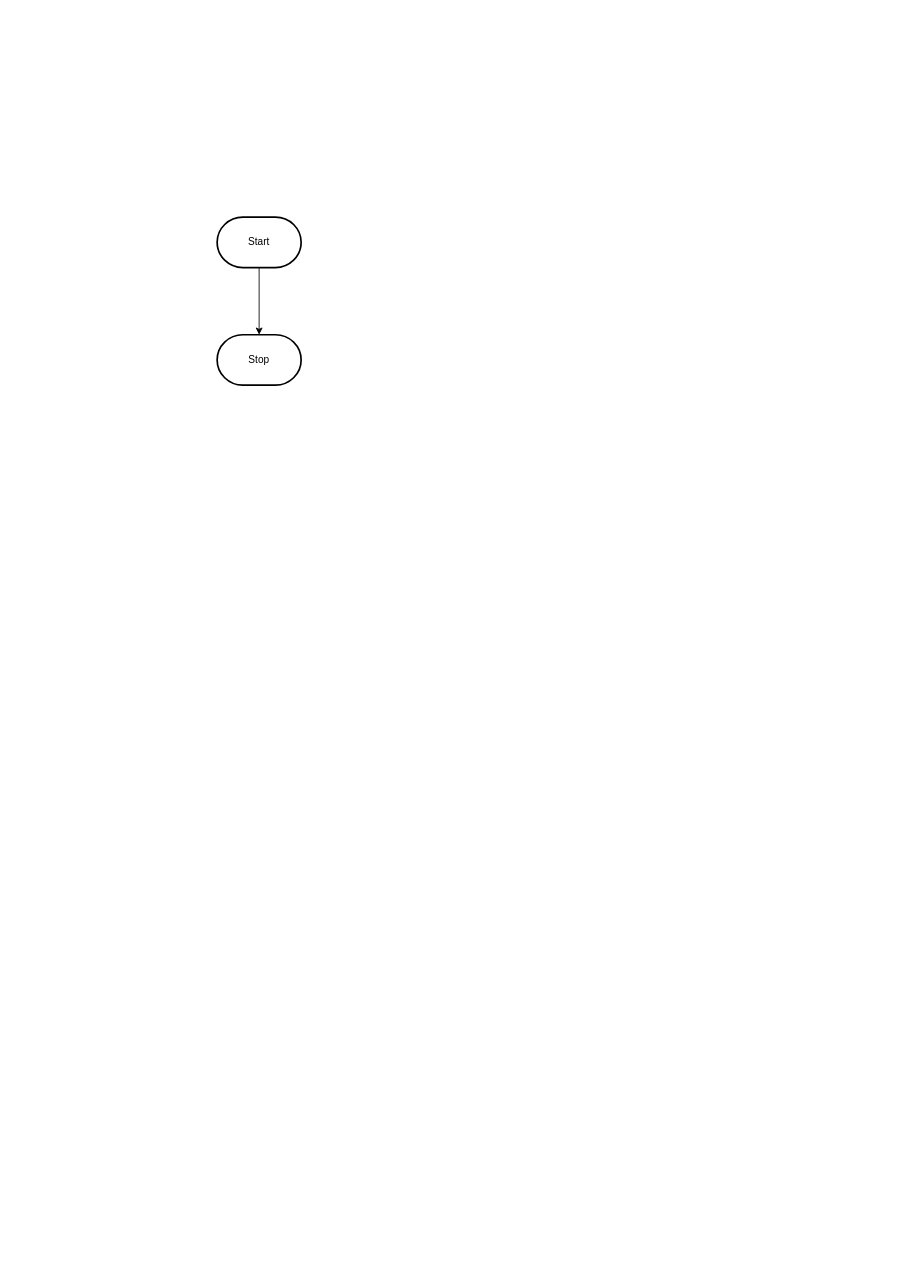
Before: design/flowchart.drawio in MTHS-ICD2O-1-2023/ICD2O-Unit-5-04-kai-nguyen-4, a draw.io diagram. Source tidied: cells renumbered, new cells numbered last; positions are measured from the earlier drawing's top-left corner, leaving out a move shared by most shapes. Both pictures are drawn from the tidied source at 84%, with x=0, y=0 at pixel (217, 217).
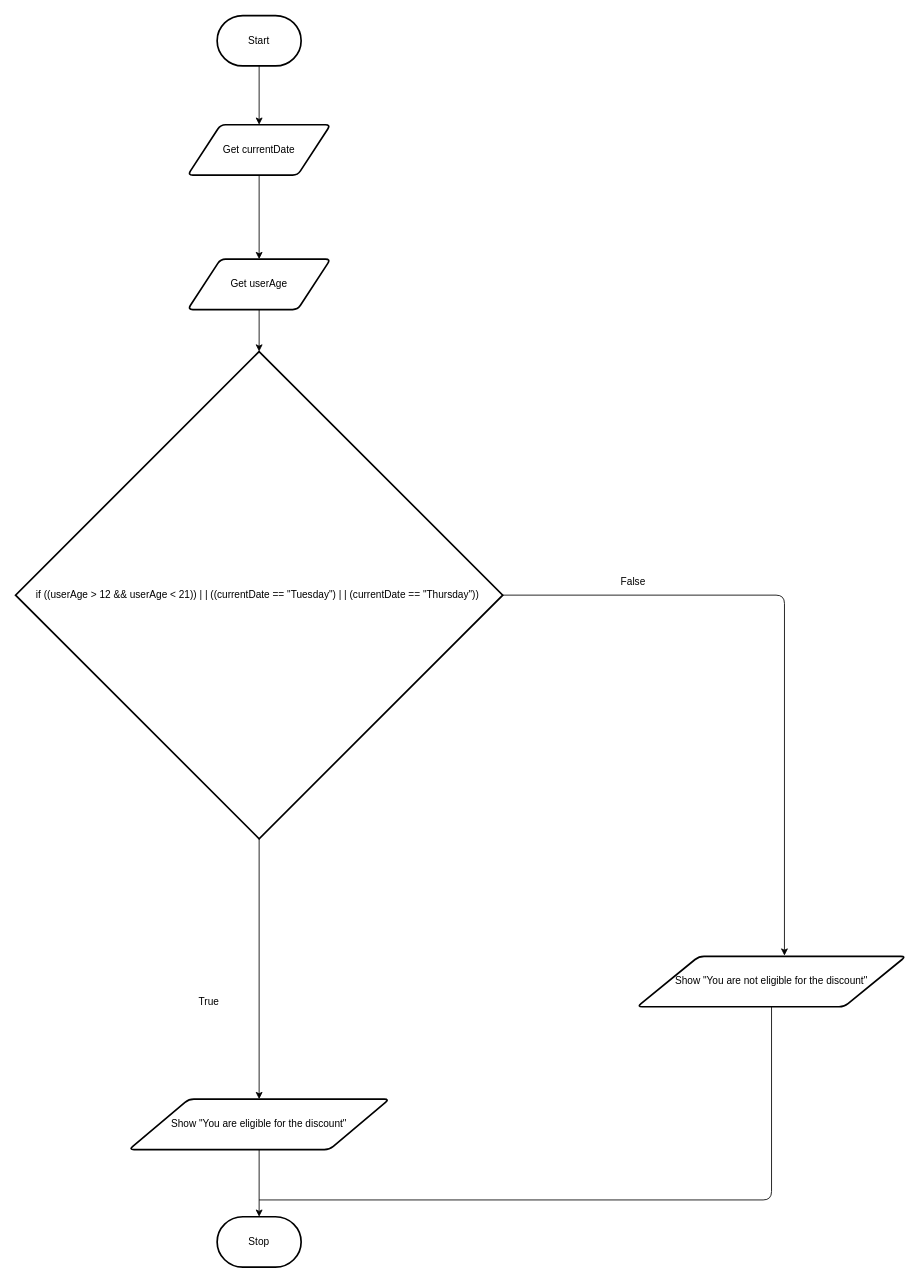
After the change.

The edit, as a diff of the source:
```diff
@@
 <mxGraphModel>
   <root>
     <mxCell id="0" />
     <mxCell id="1" parent="0" />
-    <mxCell id="2" style="edgeStyle=orthogonalEdgeStyle;html=1;rounded=0;" parent="1" edge="1" source="3" target="4">
-      <mxGeometry relative="1" as="geometry" />
-    </mxCell>
+    <mxCell id="5" style="edgeStyle=none;html=1;" parent="1" edge="1" source="3" target="2">
+      <mxGeometry relative="1" as="geometry" />
+    </mxCell>
     <mxCell id="3" value="Start" style="strokeWidth=2;html=1;shape=mxgraph.flowchart.terminator;whiteSpace=wrap;" parent="1" vertex="1">
-      <mxGeometry width="100" height="60" as="geometry" />
+      <mxGeometry y="-240" width="100" height="60" as="geometry" />
     </mxCell>
     <mxCell id="4" value="Stop" style="strokeWidth=2;html=1;shape=mxgraph.flowchart.terminator;whiteSpace=wrap;" parent="1" vertex="1">
-      <mxGeometry y="140" width="100" height="60" as="geometry" />
+      <mxGeometry y="1190" width="100" height="60" as="geometry" />
     </mxCell>
+    <mxCell id="6" style="edgeStyle=none;html=1;entryX=0.5;entryY=0;entryDx=0;entryDy=0;" parent="1" edge="1" source="2" target="8">
+      <mxGeometry relative="1" as="geometry" />
+    </mxCell>
+    <mxCell id="2" value="Get currentDate" style="shape=parallelogram;html=1;strokeWidth=2;perimeter=parallelogramPerimeter;whiteSpace=wrap;rounded=1;arcSize=12;size=0.23;" parent="1" vertex="1">
+      <mxGeometry x="-35" y="-110" width="170" height="60" as="geometry" />
+    </mxCell>
+    <mxCell id="7" style="edgeStyle=none;html=1;entryX=0.5;entryY=0;entryDx=0;entryDy=0;entryPerimeter=0;" parent="1" edge="1" source="8" target="11">
+      <mxGeometry relative="1" as="geometry" />
+    </mxCell>
+    <mxCell id="8" value="Get userAge" style="shape=parallelogram;html=1;strokeWidth=2;perimeter=parallelogramPerimeter;whiteSpace=wrap;rounded=1;arcSize=12;size=0.23;" parent="1" vertex="1">
+      <mxGeometry x="-35" y="50" width="170" height="60" as="geometry" />
+    </mxCell>
+    <mxCell id="9" style="edgeStyle=none;html=1;entryX=0.5;entryY=0;entryDx=0;entryDy=0;" parent="1" edge="1" source="11" target="13">
+      <mxGeometry relative="1" as="geometry" />
+    </mxCell>
+    <mxCell id="10" style="edgeStyle=orthogonalEdgeStyle;html=1;entryX=0.548;entryY=-0.014;entryDx=0;entryDy=0;entryPerimeter=0;" parent="1" edge="1" source="11" target="16">
+      <mxGeometry relative="1" as="geometry" />
+    </mxCell>
+    <mxCell id="11" value="if ((userAge &amp;gt; 12 &amp;amp;&amp;amp; userAge &amp;lt; 21)) | | ((currentDate == &quot;Tuesday&quot;) | | (currentDate == &quot;Thursday&quot;))&amp;nbsp;" style="strokeWidth=2;html=1;shape=mxgraph.flowchart.decision;whiteSpace=wrap;" parent="1" vertex="1">
+      <mxGeometry x="-240" y="160" width="580" height="580" as="geometry" />
+    </mxCell>
+    <mxCell id="12" style="edgeStyle=orthogonalEdgeStyle;html=1;entryX=0.5;entryY=0;entryDx=0;entryDy=0;entryPerimeter=0;" parent="1" edge="1" source="13" target="4">
+      <mxGeometry relative="1" as="geometry" />
+    </mxCell>
+    <mxCell id="13" value="Show &quot;You are eligible for the discount&quot;" style="shape=parallelogram;html=1;strokeWidth=2;perimeter=parallelogramPerimeter;whiteSpace=wrap;rounded=1;arcSize=12;size=0.23;" parent="1" vertex="1">
+      <mxGeometry x="-105" y="1050" width="310" height="60" as="geometry" />
+    </mxCell>
+    <mxCell id="14" value="True" style="text;html=1;align=center;verticalAlign=middle;strokeColor=none;fillColor=none;" parent="1" vertex="1">
+      <mxGeometry x="-35" y="920" width="50" height="30" as="geometry" />
+    </mxCell>
+    <mxCell id="15" style="edgeStyle=orthogonalEdgeStyle;html=1;endArrow=none;endFill=0;" parent="1" edge="1" source="16">
+      <mxGeometry relative="1" as="geometry">
+        <mxPoint x="50" y="1170" as="targetPoint" />
+        <Array as="points">
+          <mxPoint x="660" y="1170" />
+        </Array>
+      </mxGeometry>
+    </mxCell>
+    <mxCell id="16" value="Show &quot;You are not eligible for the discount&quot;" style="shape=parallelogram;html=1;strokeWidth=2;perimeter=parallelogramPerimeter;whiteSpace=wrap;rounded=1;arcSize=12;size=0.23;" parent="1" vertex="1">
+      <mxGeometry x="500" y="880" width="320" height="60" as="geometry" />
+    </mxCell>
+    <mxCell id="17" value="False" style="text;html=1;align=center;verticalAlign=middle;strokeColor=none;fillColor=none;" parent="1" vertex="1">
+      <mxGeometry x="470" y="420" width="50" height="30" as="geometry" />
+    </mxCell>
   </root>
 </mxGraphModel>
```
